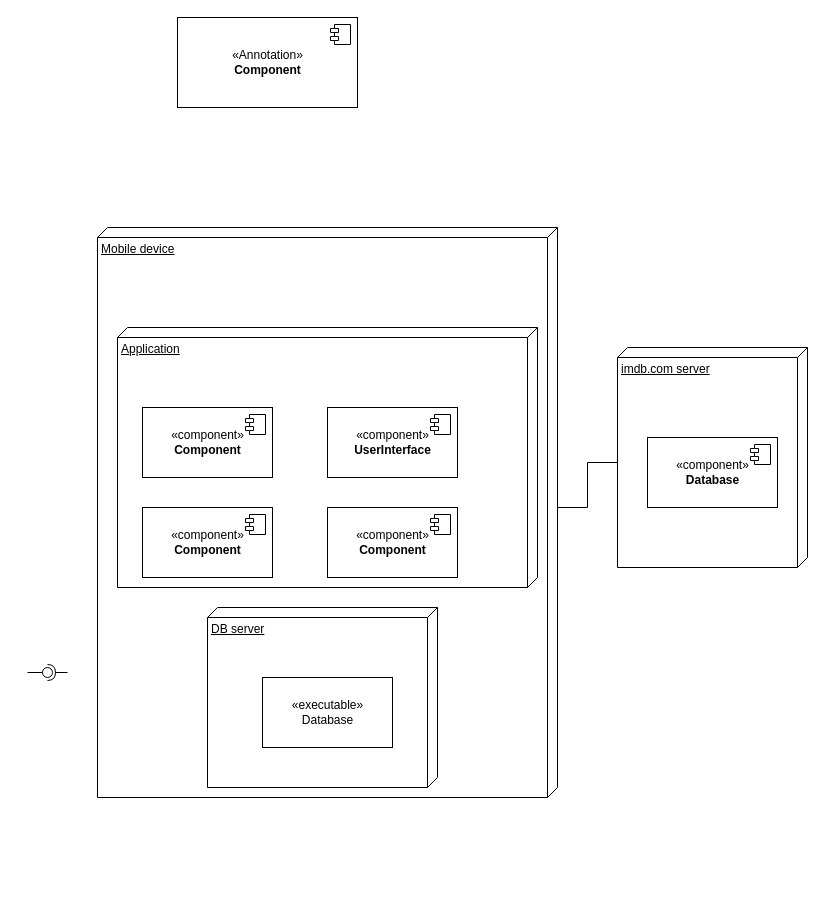
Before: Diagrams/Images/component.drawio in DanutaGagua/Personal-film-collection-manager, a draw.io diagram. Source tidied: cells renumbered, new cells numbered last; positions are measured from the earlier drawing's top-left corner, leaving out a move shared by most shapes. Both pictures are drawn from the tidied source at 100%, with x=0, y=0 at pixel (27, 17).
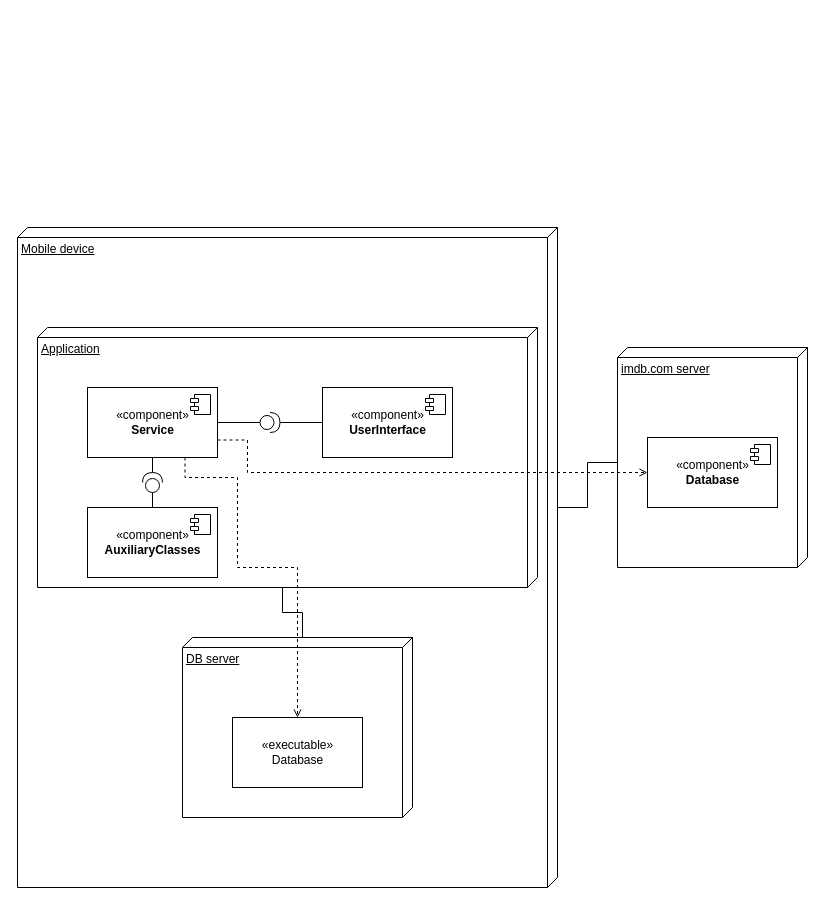
The same page after the edit.

The change refers to these unchanged cells:
```xml
<mxCell id="17" value="«component»&lt;br&gt;&lt;b&gt;Database&lt;/b&gt;" style="html=1;" parent="1" vertex="1">
  <mxGeometry x="620" y="420" width="130" height="70" as="geometry" />
</mxCell>
```

The edit, as a diff of the source:
```diff
@@
     <mxCell id="3" value="&lt;div&gt;Mobile device&lt;/div&gt;&lt;div&gt;&lt;br&gt;&lt;/div&gt;" style="verticalAlign=top;align=left;spacingTop=8;spacingLeft=2;spacingRight=12;shape=cube;size=10;direction=south;fontStyle=4;html=1;" parent="1" vertex="1">
-      <mxGeometry x="70" y="210" width="460" height="570" as="geometry" />
+      <mxGeometry x="-10" y="210" width="540" height="660" as="geometry" />
     </mxCell>
@@
-    <mxCell id="5" value="&amp;laquo;Annotation&amp;raquo;&lt;br/&gt;&lt;b&gt;Component&lt;/b&gt;" style="html=1;" parent="1" vertex="1">
-      <mxGeometry x="150" width="180" height="90" as="geometry" />
-    </mxCell>
-    <mxCell id="6" style="shape=component;jettyWidth=8;jettyHeight=4;" parent="5" vertex="1">
-      <mxGeometry x="1" width="20" height="20" relative="1" as="geometry">
-        <mxPoint x="-27" y="7" as="offset" />
-      </mxGeometry>
-    </mxCell>
     <mxCell id="7" value="Application" style="verticalAlign=top;align=left;spacingTop=8;spacingLeft=2;spacingRight=12;shape=cube;size=10;direction=south;fontStyle=4;html=1;" parent="1" vertex="1">
-      <mxGeometry x="90" y="310" width="420" height="260" as="geometry" />
+      <mxGeometry x="10" y="310" width="500" height="260" as="geometry" />
     </mxCell>
+    <mxCell id="24" style="edgeStyle=orthogonalEdgeStyle;rounded=0;jettySize=auto;html=1;exitX=0;exitY=0;exitDx=0;exitDy=110;exitPerimeter=0;entryX=0;entryY=0;entryDx=260;entryDy=255;entryPerimeter=0;endArrow=none;endFill=0;" parent="1" edge="1" source="8" target="7">
+      <mxGeometry relative="1" as="geometry" />
+    </mxCell>
     <mxCell id="8" value="DB server" style="verticalAlign=top;align=left;spacingTop=8;spacingLeft=2;spacingRight=12;shape=cube;size=10;direction=south;fontStyle=4;html=1;" parent="1" vertex="1">
-      <mxGeometry x="180" y="590" width="230" height="180" as="geometry" />
+      <mxGeometry x="155" y="620" width="230" height="180" as="geometry" />
     </mxCell>
+    <mxCell id="25" style="edgeStyle=orthogonalEdgeStyle;rounded=0;jettySize=auto;html=1;exitX=1;exitY=0.75;exitDx=0;exitDy=0;entryX=0;entryY=0.5;entryDx=0;entryDy=0;endArrow=open;endFill=0;dashed=1;" parent="1" edge="1" source="9" target="17">
+      <mxGeometry relative="1" as="geometry">
+        <Array as="points">
+          <mxPoint x="220" y="423" />
+          <mxPoint x="220" y="455" />
+        </Array>
+      </mxGeometry>
+    </mxCell>
+    <mxCell id="26" style="edgeStyle=orthogonalEdgeStyle;rounded=0;jettySize=auto;html=1;exitX=0.75;exitY=1;exitDx=0;exitDy=0;entryX=0.5;entryY=0;entryDx=0;entryDy=0;dashed=1;endArrow=open;endFill=0;" parent="1" edge="1" source="9" target="19">
+      <mxGeometry relative="1" as="geometry">
+        <Array as="points">
+          <mxPoint x="158" y="460" />
+          <mxPoint x="210" y="460" />
+          <mxPoint x="210" y="550" />
+          <mxPoint x="270" y="550" />
+        </Array>
+      </mxGeometry>
+    </mxCell>
-    <mxCell id="9" value="«component»&lt;br&gt;&lt;b&gt;Component&lt;/b&gt;" style="html=1;" parent="1" vertex="1">
-      <mxGeometry x="115" y="390" width="130" height="70" as="geometry" />
+    <mxCell id="9" value="«component»&lt;br&gt;&lt;b&gt;Service&lt;/b&gt;" style="html=1;" parent="1" vertex="1">
+      <mxGeometry x="60" y="370" width="130" height="70" as="geometry" />
     </mxCell>
@@
+    <mxCell id="27" style="edgeStyle=orthogonalEdgeStyle;rounded=0;jettySize=auto;html=1;exitX=0;exitY=0.5;exitDx=0;exitDy=0;endArrow=none;endFill=0;" parent="1" edge="1" source="11">
+      <mxGeometry relative="1" as="geometry">
+        <mxPoint x="270" y="405" as="targetPoint" />
+      </mxGeometry>
+    </mxCell>
     <mxCell id="11" value="«component»&lt;br&gt;&lt;b&gt;UserInterface&lt;br&gt;&lt;/b&gt;" style="html=1;" parent="1" vertex="1">
-      <mxGeometry x="300" y="390" width="130" height="70" as="geometry" />
+      <mxGeometry x="295" y="370" width="130" height="70" as="geometry" />
     </mxCell>
@@
-    <mxCell id="13" value="«component»&lt;br&gt;&lt;b&gt;Component&lt;/b&gt;" style="html=1;" parent="1" vertex="1">
-      <mxGeometry x="115" y="490" width="130" height="70" as="geometry" />
+    <mxCell id="13" value="«component»&lt;br&gt;&lt;b&gt;AuxiliaryClasses&lt;br&gt;&lt;/b&gt;" style="html=1;" parent="1" vertex="1">
+      <mxGeometry x="60" y="490" width="130" height="70" as="geometry" />
     </mxCell>
@@
-    <mxCell id="15" value="«component»&lt;br&gt;&lt;b&gt;Component&lt;/b&gt;" style="html=1;" parent="1" vertex="1">
-      <mxGeometry x="300" y="490" width="130" height="70" as="geometry" />
-    </mxCell>
-    <mxCell id="16" style="shape=component;jettyWidth=8;jettyHeight=4;" parent="15" vertex="1">
-      <mxGeometry x="1" width="20" height="20" relative="1" as="geometry">
-        <mxPoint x="-27" y="7" as="offset" />
-      </mxGeometry>
-    </mxCell>
@@
     <mxCell id="19" value="&lt;div&gt;«executable»&lt;/div&gt;&lt;div&gt;Database&lt;br&gt;&lt;/div&gt;" style="html=1;" parent="1" vertex="1">
-      <mxGeometry x="235" y="660" width="130" height="70" as="geometry" />
+      <mxGeometry x="205" y="700" width="130" height="70" as="geometry" />
     </mxCell>
@@
-    <mxCell id="21" style="rounded=0;jettySize=auto;html=1;endArrow=none;endFill=0;" parent="1" edge="1" target="23">
-      <mxGeometry relative="1" as="geometry">
-        <mxPoint y="655" as="sourcePoint" />
-      </mxGeometry>
-    </mxCell>
-    <mxCell id="22" style="rounded=0;jettySize=auto;html=1;endArrow=halfCircle;endFill=0;entryX=0.5;entryY=0.5;entryDx=0;entryDy=0;endSize=6;strokeWidth=1;" parent="1" edge="1" target="23">
-      <mxGeometry relative="1" as="geometry">
-        <mxPoint x="40" y="655" as="sourcePoint" />
-      </mxGeometry>
-    </mxCell>
-    <mxCell id="23" style="ellipse;whiteSpace=wrap;html=1;fontFamily=Helvetica;fontSize=12;fontColor=#000000;align=center;strokeColor=#000000;fillColor=#ffffff;points=[];" parent="1" vertex="1">
-      <mxGeometry x="15" y="650" width="10" height="10" as="geometry" />
-    </mxCell>
+    <mxCell id="28" style="edgeStyle=orthogonalEdgeStyle;rounded=0;jettySize=auto;html=1;exitX=1;exitY=0.5;exitDx=0;exitDy=0;exitPerimeter=0;entryX=0;entryY=0.5;entryDx=0;entryDy=0;endArrow=none;endFill=0;" parent="1" edge="1" source="30" target="11">
+      <mxGeometry relative="1" as="geometry" />
+    </mxCell>
+    <mxCell id="29" style="edgeStyle=orthogonalEdgeStyle;rounded=0;jettySize=auto;html=1;exitX=0;exitY=0.5;exitDx=0;exitDy=0;exitPerimeter=0;entryX=1;entryY=0.5;entryDx=0;entryDy=0;endArrow=none;endFill=0;" parent="1" edge="1" source="30" target="9">
+      <mxGeometry relative="1" as="geometry" />
+    </mxCell>
+    <mxCell id="30" style="shape=providedRequiredInterface;html=1;verticalLabelPosition=bottom;" parent="1" vertex="1">
+      <mxGeometry x="232.5" y="395" width="20" height="20" as="geometry" />
+    </mxCell>
+    <mxCell id="31" style="edgeStyle=orthogonalEdgeStyle;rounded=0;jettySize=auto;html=1;exitX=0;exitY=0.5;exitDx=0;exitDy=0;exitPerimeter=0;entryX=0.5;entryY=0;entryDx=0;entryDy=0;endArrow=none;endFill=0;" parent="1" edge="1" source="33" target="13">
+      <mxGeometry relative="1" as="geometry" />
+    </mxCell>
+    <mxCell id="32" style="edgeStyle=orthogonalEdgeStyle;rounded=0;jettySize=auto;html=1;exitX=1;exitY=0.5;exitDx=0;exitDy=0;exitPerimeter=0;entryX=0.5;entryY=1;entryDx=0;entryDy=0;endArrow=none;endFill=0;" parent="1" edge="1" source="33" target="9">
+      <mxGeometry relative="1" as="geometry" />
+    </mxCell>
+    <mxCell id="33" style="shape=providedRequiredInterface;html=1;verticalLabelPosition=bottom;rotation=-90;" parent="1" vertex="1">
+      <mxGeometry x="115" y="455" width="20" height="20" as="geometry" />
+    </mxCell>
```
